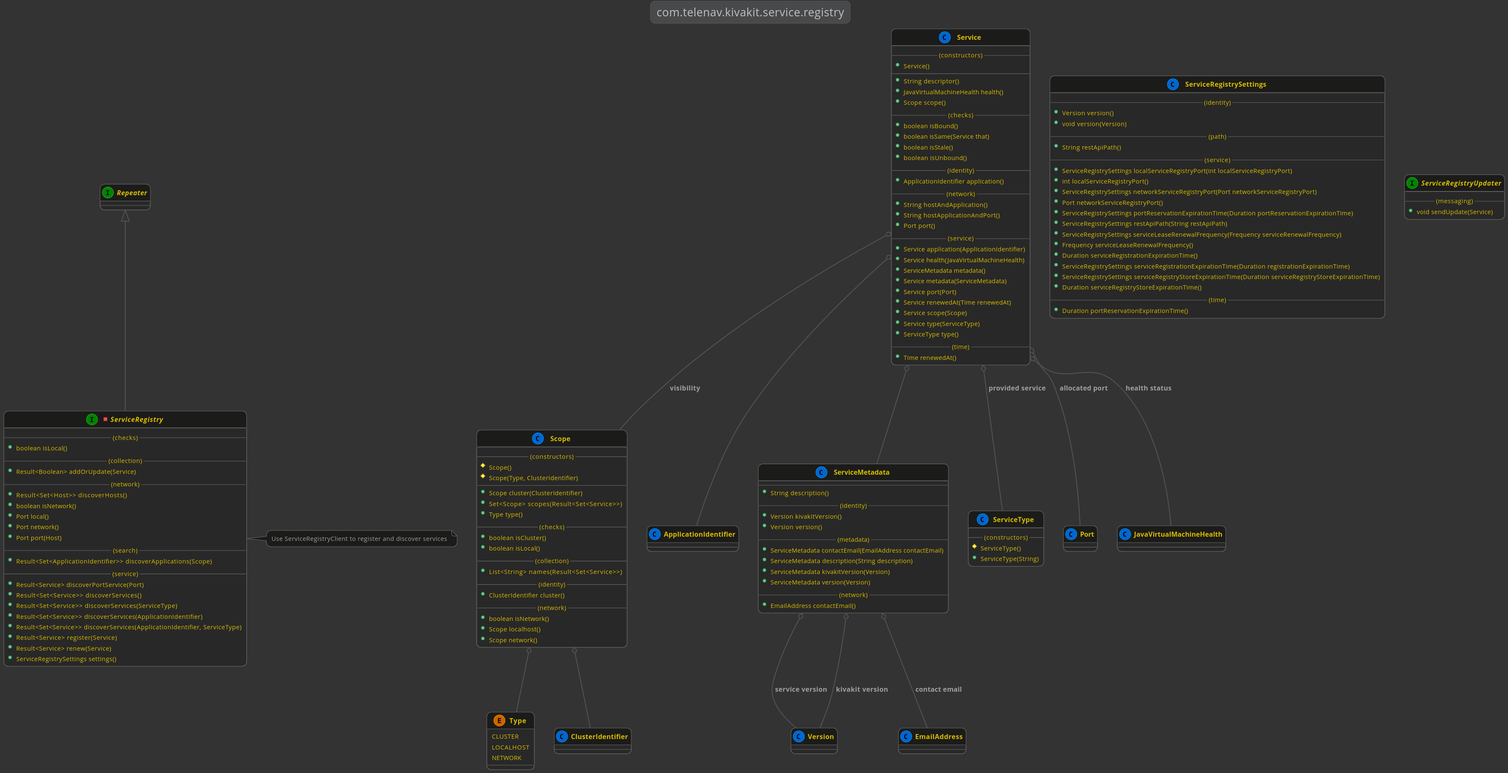
Before: kivakit-service/registry/documentation/diagrams/com.telenav.kivakit.service.registry.svg, a diagram exported from PlantUML (Telenav/kivakit).
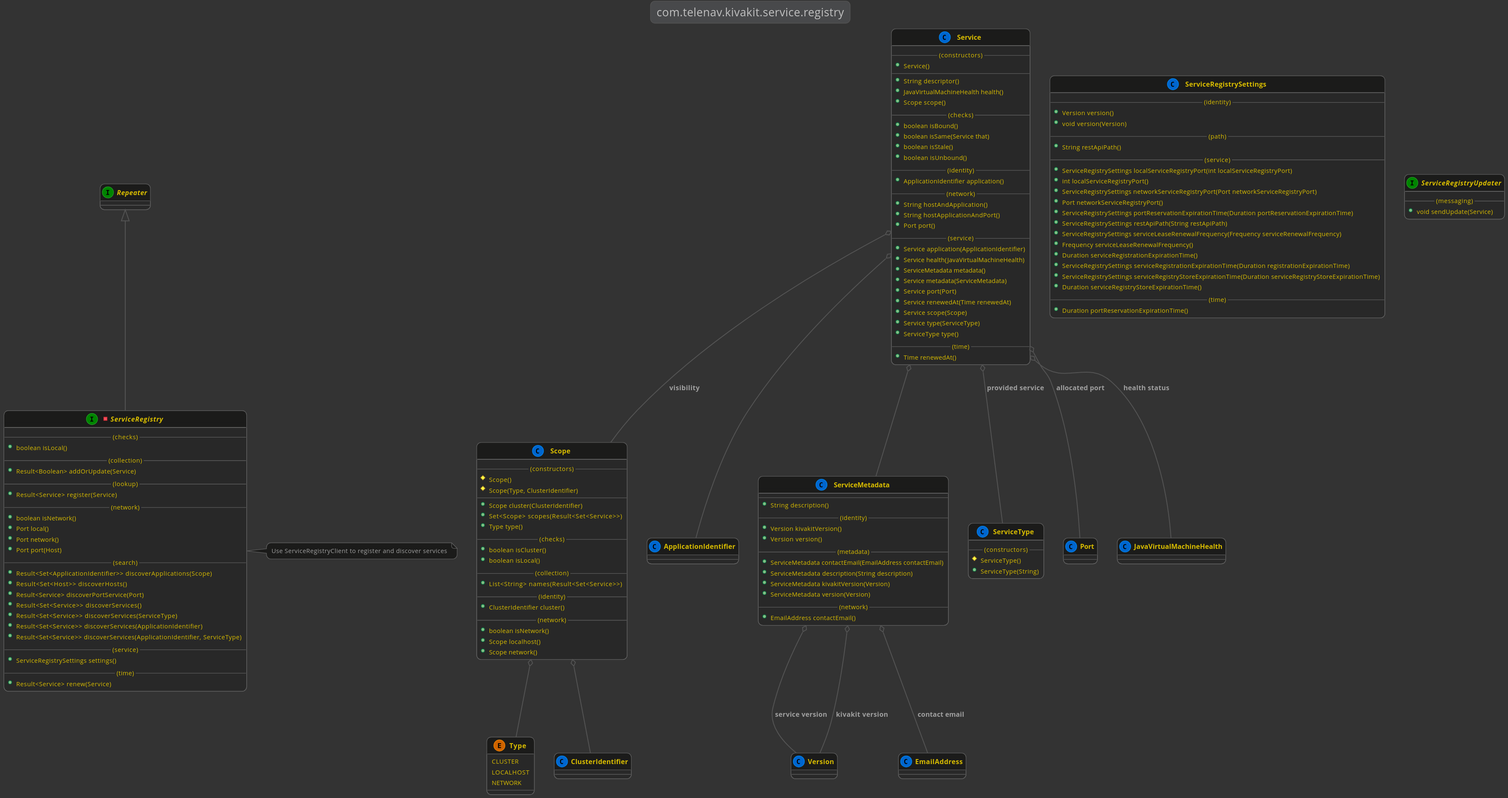
The same diagram one commit later.

The edit, as a diff of the source:
```diff
@@ -97,23 +97,25 @@
         +boolean isLocal()
         --(collection)--
         +Result<Boolean> addOrUpdate(Service)
+        --(lookup)--
+        +Result<Service> register(Service)
         --(network)--
-        +Result<Set<Host>> discoverHosts()
         +boolean isNetwork()
         +Port local()
         +Port network()
         +Port port(Host)
         --(search)--
         +Result<Set<ApplicationIdentifier>> discoverApplications(Scope)
-        --(service)--
+        +Result<Set<Host>> discoverHosts()
         +Result<Service> discoverPortService(Port)
         +Result<Set<Service>> discoverServices()
         +Result<Set<Service>> discoverServices(ServiceType)
         +Result<Set<Service>> discoverServices(ApplicationIdentifier)
         +Result<Set<Service>> discoverServices(ApplicationIdentifier, ServiceType)
-        +Result<Service> register(Service)
+        --(service)--
+        +ServiceRegistrySettings settings()
+        --(time)--
         +Result<Service> renew(Service)
-        +ServiceRegistrySettings settings()
     }
 
     class ServiceRegistrySettings
```
